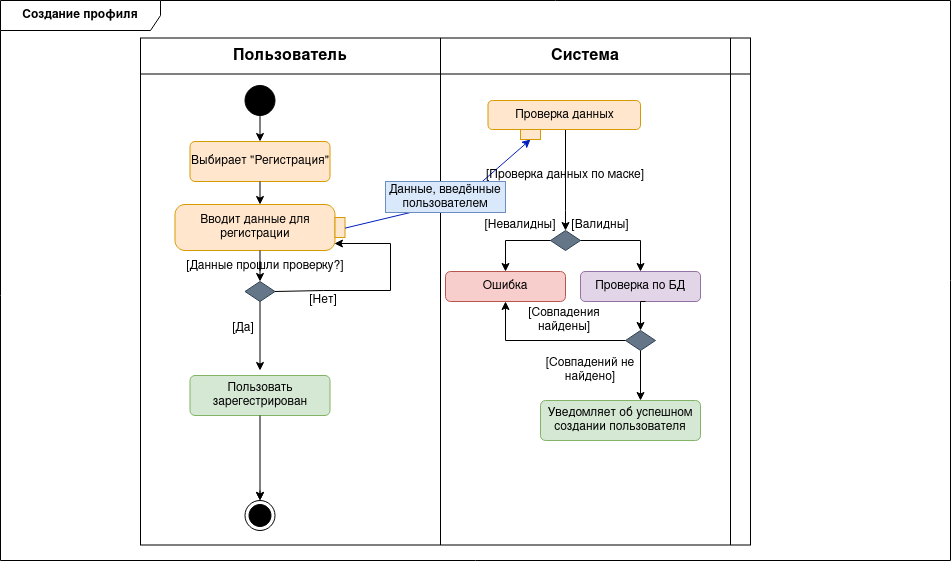
Earlier version of the draw.io export activity_diagrams/Profile_Creating.drawio.png (Reem-Almasri/Freelancer-SPM). Source tidied: cells renumbered, new cells last; positions are measured from the earlier drawing's top-left corner, leaving out a move shared by most shapes.
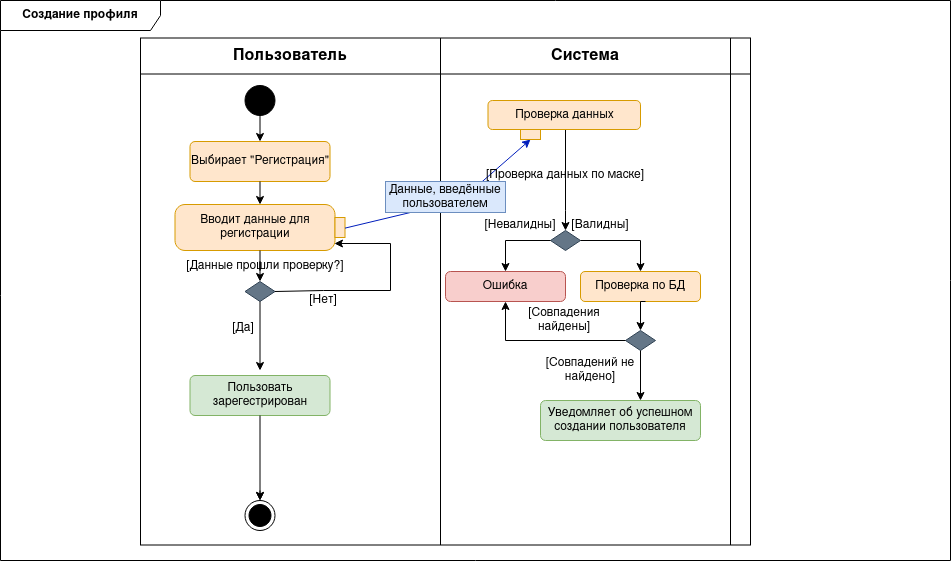
Later version of the same file.

The edit, as a diff of the source:
```diff
@@ -111,7 +111,7 @@
     <mxCell id="31" value="[Невалидны]" style="text;html=1;strokeColor=none;fillColor=none;align=center;verticalAlign=middle;whiteSpace=wrap;rounded=0;" parent="2" vertex="1">
       <mxGeometry x="490" y="210" width="60" height="30" as="geometry" />
     </mxCell>
-    <mxCell id="32" value="Проверка по БД" style="rounded=1;whiteSpace=wrap;html=1;fillColor=#e1d5e7;strokeColor=#9673a6;" parent="2" vertex="1">
+    <mxCell id="32" value="Проверка по БД" style="rounded=1;whiteSpace=wrap;html=1;fillColor=#ffe6cc;strokeColor=#d79b00;" parent="2" vertex="1">
       <mxGeometry x="580" y="271" width="120" height="30" as="geometry" />
     </mxCell>
     <mxCell id="33" value="Данные, введённые пользователем" style="text;html=1;strokeColor=#6c8ebf;fillColor=#dae8fc;align=center;verticalAlign=middle;whiteSpace=wrap;rounded=0;" parent="2" vertex="1">
```
